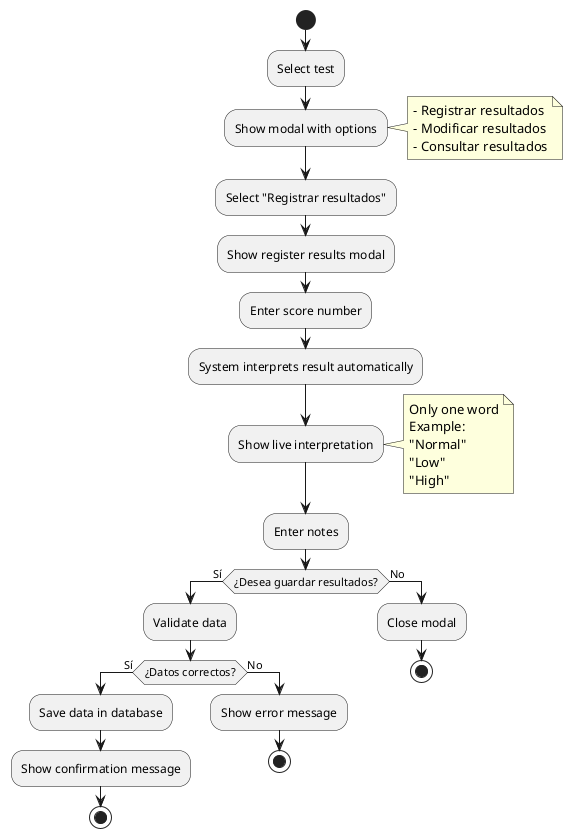
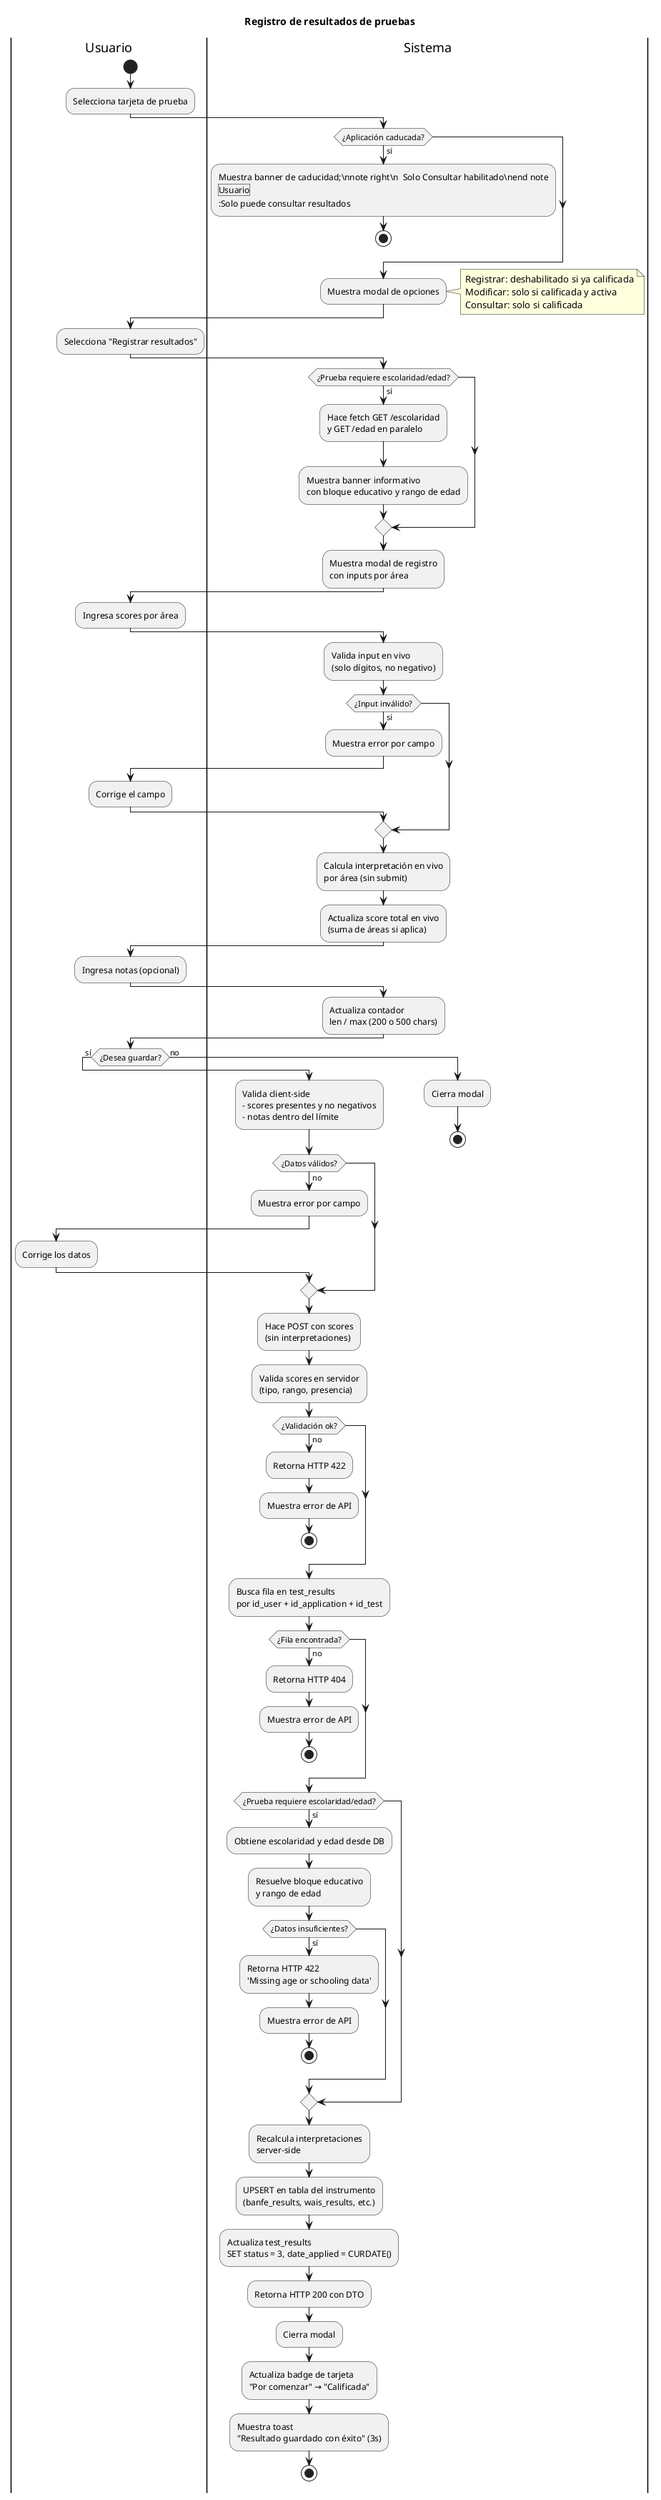
@startuml Registro de resultados de pruebas

+ title Registro de resultados de pruebas
+ 
+ |Usuario|
start
+ :Selecciona tarjeta de prueba;

- :Select test;
+ |Sistema|
+ if (¿Aplicación caducada?) then (sí)
+   :Muestra banner de caducidad;\nnote right\n  Solo Consultar habilitado\nend note
+   |Usuario|
+   :Solo puede consultar resultados;
+   stop
+ endif

- :Show modal with options;
+ :Muestra modal de opciones;
note right
- - Registrar resultados
- - Modificar resultados
- - Consultar resultados
+   Registrar: deshabilitado si ya calificada
+   Modificar: solo si calificada y activa
+   Consultar: solo si calificada
end note

- :Select "Registrar resultados";
+ |Usuario|
+ :Selecciona "Registrar resultados";

- :Show register results modal;
+ |Sistema|
+ if (¿Prueba requiere escolaridad/edad?) then (sí)
+   :Hace fetch GET /escolaridad\ny GET /edad en paralelo;
+   :Muestra banner informativo\ncon bloque educativo y rango de edad;
+ endif
+ :Muestra modal de registro\ncon inputs por área;

- :Enter score number;
+ |Usuario|
+ :Ingresa scores por área;

- :System interprets result automatically;
+ |Sistema|
+ :Valida input en vivo\n(solo dígitos, no negativo);
+ if (¿Input inválido?) then (sí)
+   :Muestra error por campo;
+   |Usuario|
+   :Corrige el campo;
+   |Sistema|
+ endif
+ :Calcula interpretación en vivo\npor área (sin submit);
+ :Actualiza score total en vivo\n(suma de áreas si aplica);

- :Show live interpretation;
- note right
- Only one word
- Example:
- "Normal"
- "Low"
- "High"
- end note
+ |Usuario|
+ :Ingresa notas (opcional);

- :Enter notes;
+ |Sistema|
+ :Actualiza contador\nlen / max (200 o 500 chars);

- if (¿Desea guardar resultados?) then (Sí)
+ |Usuario|
+ if (¿Desea guardar?) then (sí)

-     :Validate data;
+   |Sistema|
+   :Valida client-side\n- scores presentes y no negativos\n- notas dentro del límite;
+   if (¿Datos válidos?) then (no)
+     :Muestra error por campo;
+     |Usuario|
+     :Corrige los datos;
+     |Sistema|
+   endif

-     if (¿Datos correctos?) then (Sí)
+   :Hace POST con scores\n(sin interpretaciones);

-         :Save data in database;
-         :Show confirmation message;
-         stop
+   :Valida scores en servidor\n(tipo, rango, presencia);
+   if (¿Validación ok?) then (no)
+     :Retorna HTTP 422;
+     :Muestra error de API;
+     stop
+   endif

-     else (No)
+   :Busca fila en test_results\npor id_user + id_application + id_test;
+   if (¿Fila encontrada?) then (no)
+     :Retorna HTTP 404;
+     :Muestra error de API;
+     stop
+   endif

-         :Show error message;
-         stop
+   if (¿Prueba requiere escolaridad/edad?) then (sí)
+     :Obtiene escolaridad y edad desde DB;
+     :Resuelve bloque educativo\ny rango de edad;
+     if (¿Datos insuficientes?) then (sí)
+       :Retorna HTTP 422\n'Missing age or schooling data';
+       :Muestra error de API;
+       stop
+     endif
+   endif

-     endif
+   :Recalcula interpretaciones\nserver-side;
+   :UPSERT en tabla del instrumento\n(banfe_results, wais_results, etc.);
+   :Actualiza test_results\nSET status = 3, date_applied = CURDATE();
+   :Retorna HTTP 200 con DTO;

- else (No)
+   :Cierra modal;
+   :Actualiza badge de tarjeta\n"Por comenzar" → "Calificada";
+   :Muestra toast\n"Resultado guardado con éxito" (3s);
+   stop

-     :Close modal;
-     stop
- 
+ else (no)
+   :Cierra modal;
+   stop
endif

@enduml